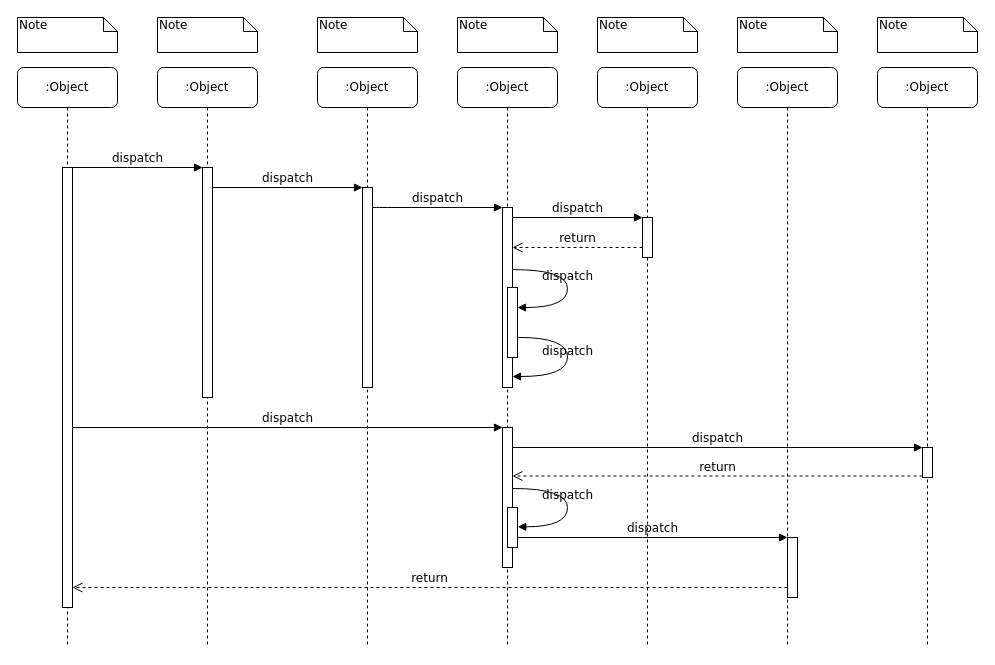
levibroeksma/NOVI-FullStackEndAssignment keeps this draw.io diagram as sequenc Diagram.drawio. Above is the earlier version. Source tidied: cells renumbered, new cells numbered last; positions are measured from the earlier drawing's top-left corner, leaving out a move shared by most shapes. Both pictures are drawn from the tidied source at 100%, with x=0, y=0 at pixel (17, 17).
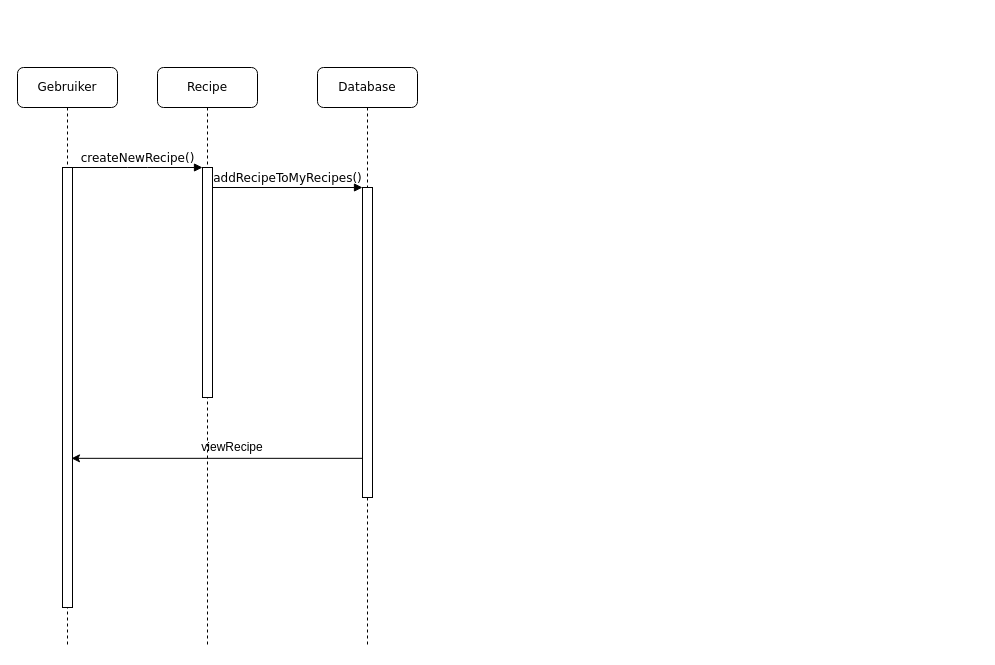
The same diagram, later.

The change refers to these unchanged cells:
```xml
<mxCell id="3" style="html=1;points=[];perimeter=orthogonalPerimeter;rounded=0;shadow=0;comic=0;labelBackgroundColor=none;strokeWidth=1;fontFamily=Verdana;fontSize=12;align=center;" parent="2" vertex="1">
  <mxGeometry x="45" y="100" width="10" height="230" as="geometry" />
</mxCell>
<mxCell id="11" style="html=1;points=[];perimeter=orthogonalPerimeter;rounded=0;shadow=0;comic=0;labelBackgroundColor=none;strokeWidth=1;fontFamily=Verdana;fontSize=12;align=center;" parent="10" vertex="1">
  <mxGeometry x="45" y="100" width="10" height="440" as="geometry" />
</mxCell>
```

Diff of the diagram source:
```diff
@@
-    <mxCell id="2" value=":Object" style="shape=umlLifeline;perimeter=lifelinePerimeter;whiteSpace=wrap;html=1;rounded=1;shadow=0;comic=0;labelBackgroundColor=none;strokeWidth=1;fontFamily=Verdana;fontSize=12;align=center;" parent="1" vertex="1">
+    <mxCell id="2" value="Recipe" style="shape=umlLifeline;perimeter=lifelinePerimeter;whiteSpace=wrap;html=1;rounded=1;shadow=0;comic=0;labelBackgroundColor=none;strokeWidth=1;fontFamily=Verdana;fontSize=12;align=center;" parent="1" vertex="1">
       <mxGeometry x="140" y="50" width="100" height="580" as="geometry" />
     </mxCell>
@@
-    <mxCell id="4" value=":Object" style="shape=umlLifeline;perimeter=lifelinePerimeter;whiteSpace=wrap;html=1;rounded=1;shadow=0;comic=0;labelBackgroundColor=none;strokeWidth=1;fontFamily=Verdana;fontSize=12;align=center;" parent="1" vertex="1">
+    <mxCell id="4" value="Database" style="shape=umlLifeline;perimeter=lifelinePerimeter;whiteSpace=wrap;html=1;rounded=1;shadow=0;comic=0;labelBackgroundColor=none;strokeWidth=1;fontFamily=Verdana;fontSize=12;align=center;" parent="1" vertex="1">
       <mxGeometry x="300" y="50" width="100" height="580" as="geometry" />
     </mxCell>
     <mxCell id="5" style="html=1;points=[];perimeter=orthogonalPerimeter;rounded=0;shadow=0;comic=0;labelBackgroundColor=none;strokeWidth=1;fontFamily=Verdana;fontSize=12;align=center;" parent="4" vertex="1">
-      <mxGeometry x="45" y="120" width="10" height="200" as="geometry" />
+      <mxGeometry x="45" y="120" width="10" height="310" as="geometry" />
     </mxCell>
-    <mxCell id="6" value=":Object" style="shape=umlLifeline;perimeter=lifelinePerimeter;whiteSpace=wrap;html=1;rounded=1;shadow=0;comic=0;labelBackgroundColor=none;strokeWidth=1;fontFamily=Verdana;fontSize=12;align=center;" parent="1" vertex="1">
-      <mxGeometry x="440" y="50" width="100" height="580" as="geometry" />
-    </mxCell>
-    <mxCell id="7" value=":Object" style="shape=umlLifeline;perimeter=lifelinePerimeter;whiteSpace=wrap;html=1;rounded=1;shadow=0;comic=0;labelBackgroundColor=none;strokeWidth=1;fontFamily=Verdana;fontSize=12;align=center;" parent="1" vertex="1">
-      <mxGeometry x="580" y="50" width="100" height="580" as="geometry" />
-    </mxCell>
-    <mxCell id="8" value=":Object" style="shape=umlLifeline;perimeter=lifelinePerimeter;whiteSpace=wrap;html=1;rounded=1;shadow=0;comic=0;labelBackgroundColor=none;strokeWidth=1;fontFamily=Verdana;fontSize=12;align=center;" parent="1" vertex="1">
-      <mxGeometry x="720" y="50" width="100" height="580" as="geometry" />
-    </mxCell>
-    <mxCell id="9" value=":Object" style="shape=umlLifeline;perimeter=lifelinePerimeter;whiteSpace=wrap;html=1;rounded=1;shadow=0;comic=0;labelBackgroundColor=none;strokeWidth=1;fontFamily=Verdana;fontSize=12;align=center;" parent="1" vertex="1">
-      <mxGeometry x="860" y="50" width="100" height="580" as="geometry" />
-    </mxCell>
-    <mxCell id="10" value=":Object" style="shape=umlLifeline;perimeter=lifelinePerimeter;whiteSpace=wrap;html=1;rounded=1;shadow=0;comic=0;labelBackgroundColor=none;strokeWidth=1;fontFamily=Verdana;fontSize=12;align=center;" parent="1" vertex="1">
+    <mxCell id="10" value="Gebruiker" style="shape=umlLifeline;perimeter=lifelinePerimeter;whiteSpace=wrap;html=1;rounded=1;shadow=0;comic=0;labelBackgroundColor=none;strokeWidth=1;fontFamily=Verdana;fontSize=12;align=center;" parent="1" vertex="1">
       <mxGeometry y="50" width="100" height="580" as="geometry" />
     </mxCell>
@@
-    <mxCell id="12" style="html=1;points=[];perimeter=orthogonalPerimeter;rounded=0;shadow=0;comic=0;labelBackgroundColor=none;strokeWidth=1;fontFamily=Verdana;fontSize=12;align=center;" parent="1" vertex="1">
-      <mxGeometry x="485" y="190" width="10" height="180" as="geometry" />
-    </mxCell>
-    <mxCell id="13" value="dispatch" style="html=1;verticalAlign=bottom;endArrow=block;labelBackgroundColor=none;fontFamily=Verdana;fontSize=12;edgeStyle=elbowEdgeStyle;elbow=vertical;" parent="1" edge="1" source="5" target="12">
-      <mxGeometry relative="1" as="geometry">
-        <Array as="points">
-          <mxPoint x="360" y="190" />
-        </Array>
-      </mxGeometry>
-    </mxCell>
-    <mxCell id="14" style="html=1;points=[];perimeter=orthogonalPerimeter;rounded=0;shadow=0;comic=0;labelBackgroundColor=none;strokeWidth=1;fontFamily=Verdana;fontSize=12;align=center;" parent="1" vertex="1">
-      <mxGeometry x="625" y="200" width="10" height="40" as="geometry" />
-    </mxCell>
-    <mxCell id="15" value="dispatch" style="html=1;verticalAlign=bottom;endArrow=block;entryX=0;entryY=0;labelBackgroundColor=none;fontFamily=Verdana;fontSize=12;edgeStyle=elbowEdgeStyle;elbow=vertical;" parent="1" edge="1" source="12" target="14">
-      <mxGeometry relative="1" as="geometry" />
-    </mxCell>
-    <mxCell id="16" value="return" style="html=1;verticalAlign=bottom;endArrow=open;dashed=1;endSize=8;labelBackgroundColor=none;fontFamily=Verdana;fontSize=12;edgeStyle=elbowEdgeStyle;elbow=vertical;" parent="1" edge="1" source="14" target="12">
-      <mxGeometry relative="1" as="geometry">
-        <Array as="points">
-          <mxPoint x="570" y="230" />
-          <mxPoint x="600" y="230" />
-        </Array>
-      </mxGeometry>
-    </mxCell>
-    <mxCell id="17" style="html=1;points=[];perimeter=orthogonalPerimeter;rounded=0;shadow=0;comic=0;labelBackgroundColor=none;strokeWidth=1;fontFamily=Verdana;fontSize=12;align=center;" parent="1" vertex="1">
-      <mxGeometry x="485" y="410" width="10" height="140" as="geometry" />
-    </mxCell>
-    <mxCell id="18" value="dispatch" style="html=1;verticalAlign=bottom;endArrow=block;entryX=0;entryY=0;labelBackgroundColor=none;fontFamily=Verdana;fontSize=12;" parent="1" edge="1" source="11" target="17">
-      <mxGeometry relative="1" as="geometry" />
-    </mxCell>
-    <mxCell id="19" style="html=1;points=[];perimeter=orthogonalPerimeter;rounded=0;shadow=0;comic=0;labelBackgroundColor=none;strokeColor=#000000;strokeWidth=1;fillColor=#FFFFFF;fontFamily=Verdana;fontSize=12;fontColor=#000000;align=center;" parent="1" vertex="1">
-      <mxGeometry x="905" y="430" width="10" height="30" as="geometry" />
-    </mxCell>
-    <mxCell id="20" value="dispatch" style="html=1;verticalAlign=bottom;endArrow=block;entryX=0;entryY=0;labelBackgroundColor=none;fontFamily=Verdana;fontSize=12;" parent="1" edge="1" source="17" target="19">
-      <mxGeometry relative="1" as="geometry" />
-    </mxCell>
-    <mxCell id="21" value="return" style="html=1;verticalAlign=bottom;endArrow=open;dashed=1;endSize=8;exitX=0;exitY=0.95;labelBackgroundColor=none;fontFamily=Verdana;fontSize=12;" parent="1" edge="1" source="19" target="17">
-      <mxGeometry relative="1" as="geometry" />
-    </mxCell>
-    <mxCell id="22" style="html=1;points=[];perimeter=orthogonalPerimeter;rounded=0;shadow=0;comic=0;labelBackgroundColor=none;strokeWidth=1;fontFamily=Verdana;fontSize=12;align=center;" parent="1" vertex="1">
-      <mxGeometry x="770" y="520" width="10" height="60" as="geometry" />
-    </mxCell>
-    <mxCell id="23" value="dispatch" style="html=1;verticalAlign=bottom;endArrow=block;entryX=0;entryY=0;labelBackgroundColor=none;fontFamily=Verdana;fontSize=12;edgeStyle=elbowEdgeStyle;elbow=vertical;" parent="1" edge="1" source="30" target="22">
-      <mxGeometry relative="1" as="geometry" />
-    </mxCell>
-    <mxCell id="24" value="return" style="html=1;verticalAlign=bottom;endArrow=open;dashed=1;endSize=8;labelBackgroundColor=none;fontFamily=Verdana;fontSize=12;edgeStyle=elbowEdgeStyle;elbow=vertical;" parent="1" edge="1" source="22" target="11">
-      <mxGeometry relative="1" as="geometry">
-        <Array as="points">
-          <mxPoint x="470" y="570" />
-        </Array>
-      </mxGeometry>
-    </mxCell>
-    <mxCell id="25" value="dispatch" style="html=1;verticalAlign=bottom;endArrow=block;entryX=0;entryY=0;labelBackgroundColor=none;fontFamily=Verdana;fontSize=12;edgeStyle=elbowEdgeStyle;elbow=vertical;" parent="1" edge="1" source="11" target="3">
+    <mxCell id="25" value="createNewRecipe()" style="html=1;verticalAlign=bottom;endArrow=block;entryX=0;entryY=0;labelBackgroundColor=none;fontFamily=Verdana;fontSize=12;edgeStyle=elbowEdgeStyle;elbow=vertical;" parent="1" edge="1" source="11" target="3">
       <mxGeometry relative="1" as="geometry" />
     </mxCell>
-    <mxCell id="26" value="dispatch" style="html=1;verticalAlign=bottom;endArrow=block;entryX=0;entryY=0;labelBackgroundColor=none;fontFamily=Verdana;fontSize=12;edgeStyle=elbowEdgeStyle;elbow=vertical;" parent="1" edge="1" source="3" target="5">
+    <mxCell id="26" value="addRecipeToMyRecipes()" style="html=1;verticalAlign=bottom;endArrow=block;entryX=0;entryY=0;labelBackgroundColor=none;fontFamily=Verdana;fontSize=12;edgeStyle=elbowEdgeStyle;elbow=vertical;" parent="1" edge="1" source="3" target="5">
       <mxGeometry relative="1" as="geometry" />
     </mxCell>
-    <mxCell id="27" style="html=1;points=[];perimeter=orthogonalPerimeter;rounded=0;shadow=0;comic=0;labelBackgroundColor=none;strokeWidth=1;fontFamily=Verdana;fontSize=12;align=center;" parent="1" vertex="1">
-      <mxGeometry x="490" y="270" width="10" height="70" as="geometry" />
-    </mxCell>
-    <mxCell id="28" value="dispatch" style="html=1;verticalAlign=bottom;endArrow=block;labelBackgroundColor=none;fontFamily=Verdana;fontSize=12;elbow=vertical;edgeStyle=orthogonalEdgeStyle;curved=1;entryX=1;entryY=0.286;entryPerimeter=0;exitX=1.038;exitY=0.345;exitPerimeter=0;" parent="1" edge="1" source="12" target="27">
-      <mxGeometry relative="1" as="geometry">
-        <Array as="points">
-          <mxPoint x="550" y="252" />
-          <mxPoint x="550" y="290" />
-        </Array>
-      </mxGeometry>
-    </mxCell>
-    <mxCell id="29" value="dispatch" style="html=1;verticalAlign=bottom;endArrow=block;labelBackgroundColor=none;fontFamily=Verdana;fontSize=12;elbow=vertical;edgeStyle=orthogonalEdgeStyle;curved=1;exitX=1.066;exitY=0.713;exitPerimeter=0;" parent="1" edge="1" source="27">
-      <mxGeometry relative="1" as="geometry">
-        <mxPoint x="495" y="359" as="targetPoint" />
-        <Array as="points">
-          <mxPoint x="550" y="320" />
-          <mxPoint x="550" y="359" />
-        </Array>
-      </mxGeometry>
-    </mxCell>
-    <mxCell id="30" style="html=1;points=[];perimeter=orthogonalPerimeter;rounded=0;shadow=0;comic=0;labelBackgroundColor=none;strokeWidth=1;fontFamily=Verdana;fontSize=12;align=center;" parent="1" vertex="1">
-      <mxGeometry x="490" y="490" width="10" height="40" as="geometry" />
-    </mxCell>
-    <mxCell id="31" value="dispatch" style="html=1;verticalAlign=bottom;endArrow=block;labelBackgroundColor=none;fontFamily=Verdana;fontSize=12;elbow=vertical;edgeStyle=orthogonalEdgeStyle;curved=1;entryX=1;entryY=0.286;entryPerimeter=0;exitX=1.038;exitY=0.345;exitPerimeter=0;" parent="1" edge="1">
-      <mxGeometry relative="1" as="geometry">
-        <mxPoint x="495.3" y="471" as="sourcePoint" />
-        <mxPoint x="500.3" y="509.3" as="targetPoint" />
-        <Array as="points">
-          <mxPoint x="550" y="471" />
-          <mxPoint x="550" y="509" />
-        </Array>
-      </mxGeometry>
-    </mxCell>
-    <mxCell id="32" value="Note" style="shape=note;whiteSpace=wrap;html=1;size=14;verticalAlign=top;align=left;spacingTop=-6;rounded=0;shadow=0;comic=0;labelBackgroundColor=none;strokeWidth=1;fontFamily=Verdana;fontSize=12;" parent="1" vertex="1">
-      <mxGeometry width="100" height="35" as="geometry" />
-    </mxCell>
-    <mxCell id="33" value="Note" style="shape=note;whiteSpace=wrap;html=1;size=14;verticalAlign=top;align=left;spacingTop=-6;rounded=0;shadow=0;comic=0;labelBackgroundColor=none;strokeWidth=1;fontFamily=Verdana;fontSize=12;" parent="1" vertex="1">
-      <mxGeometry x="140" width="100" height="35" as="geometry" />
-    </mxCell>
-    <mxCell id="34" value="Note" style="shape=note;whiteSpace=wrap;html=1;size=14;verticalAlign=top;align=left;spacingTop=-6;rounded=0;shadow=0;comic=0;labelBackgroundColor=none;strokeWidth=1;fontFamily=Verdana;fontSize=12;" parent="1" vertex="1">
-      <mxGeometry x="300" width="100" height="35" as="geometry" />
-    </mxCell>
-    <mxCell id="35" value="Note" style="shape=note;whiteSpace=wrap;html=1;size=14;verticalAlign=top;align=left;spacingTop=-6;rounded=0;shadow=0;comic=0;labelBackgroundColor=none;strokeWidth=1;fontFamily=Verdana;fontSize=12;" parent="1" vertex="1">
-      <mxGeometry x="440" width="100" height="35" as="geometry" />
-    </mxCell>
-    <mxCell id="36" value="Note" style="shape=note;whiteSpace=wrap;html=1;size=14;verticalAlign=top;align=left;spacingTop=-6;rounded=0;shadow=0;comic=0;labelBackgroundColor=none;strokeWidth=1;fontFamily=Verdana;fontSize=12;" parent="1" vertex="1">
-      <mxGeometry x="580" width="100" height="35" as="geometry" />
-    </mxCell>
-    <mxCell id="37" value="Note" style="shape=note;whiteSpace=wrap;html=1;size=14;verticalAlign=top;align=left;spacingTop=-6;rounded=0;shadow=0;comic=0;labelBackgroundColor=none;strokeWidth=1;fontFamily=Verdana;fontSize=12;" parent="1" vertex="1">
-      <mxGeometry x="720" width="100" height="35" as="geometry" />
-    </mxCell>
-    <mxCell id="38" value="Note" style="shape=note;whiteSpace=wrap;html=1;size=14;verticalAlign=top;align=left;spacingTop=-6;rounded=0;shadow=0;comic=0;labelBackgroundColor=none;strokeWidth=1;fontFamily=Verdana;fontSize=12;" parent="1" vertex="1">
-      <mxGeometry x="860" width="100" height="35" as="geometry" />
-    </mxCell>
+    <mxCell id="39" style="endArrow=classic;html=1;entryX=0.9;entryY=0.661;entryDx=0;entryDy=0;entryPerimeter=0;" parent="1" edge="1" source="5" target="11">
+      <mxGeometry relative="1" as="geometry" />
+    </mxCell>
+    <mxCell id="40" value="viewRecipe&lt;br&gt;" style="text;html=1;strokeColor=none;fillColor=none;align=center;verticalAlign=middle;whiteSpace=wrap;rounded=0;" parent="1" vertex="1">
+      <mxGeometry x="170" y="420" width="90" height="20" as="geometry" />
+    </mxCell>
```
